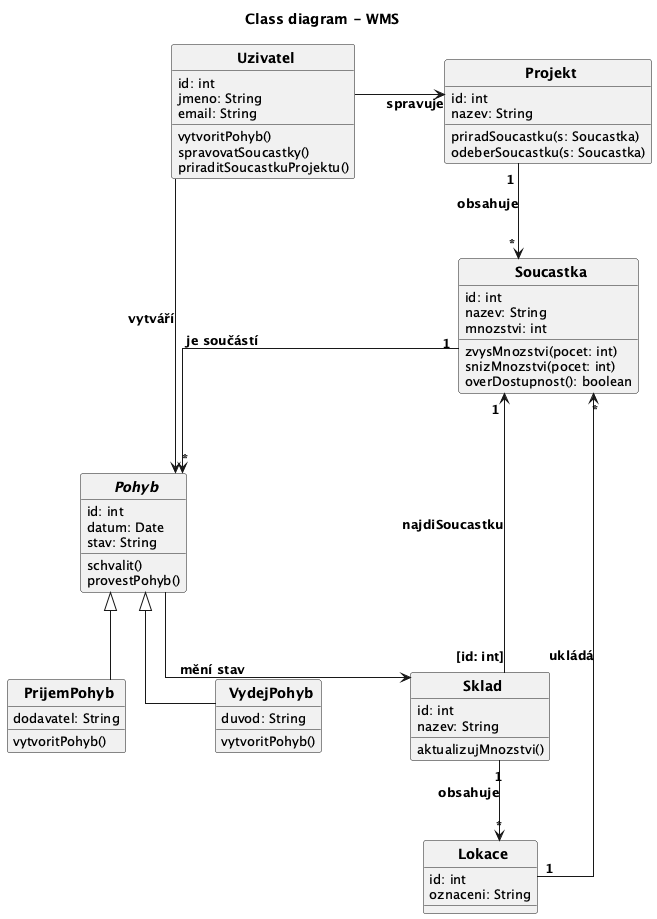
The PlantUML diagram docs/images/02_class_diagram.png in lkvapil/wms-elektronicke-soucastky, before a commit. The source it was exported from:
```plantuml
@startuml
title Class diagram - WMS
top to bottom direction
skinparam CircledCharacterRadius 0
skinparam CircledCharacterFontSize 0
skinparam defaultFontSize 13
skinparam classFontSize 14
skinparam classFontStyle bold
skinparam ArrowFontSize 13
skinparam ArrowFontStyle bold
skinparam linetype ortho
skinparam nodesep 90
skinparam ranksep 80

class Uzivatel {
  id: int
  jmeno: String
  email: String
  vytvoritPohyb()
  spravovatSoucastky()
  priraditSoucastkuProjektu()
}

class Projekt {
  id: int
  nazev: String
  priradSoucastku(s: Soucastka)
  odeberSoucastku(s: Soucastka)
}

class Soucastka {
  id: int
  nazev: String
  mnozstvi: int
  zvysMnozstvi(pocet: int)
  snizMnozstvi(pocet: int)
  overDostupnost(): boolean
}

abstract class Pohyb {
  id: int
  datum: Date
  stav: String
  schvalit()
  provestPohyb()
}

class PrijemPohyb {
  dodavatel: String
  vytvoritPohyb()
}

class VydejPohyb {
  duvod: String
  vytvoritPohyb()
}

class Sklad {
  id: int
  nazev: String
  aktualizujMnozstvi()
}

class Lokace {
  id: int
  oznaceni: String
}

PrijemPohyb --|> Pohyb
VydejPohyb --|> Pohyb

Sklad "[id: int]" --> "1" Soucastka : najdiSoucastku

Projekt "1" --> "*" Soucastka : obsahuje
Soucastka "1" --> "*" Pohyb : je součástí
Sklad "1" --> "*" Lokace : obsahuje
Lokace "1" --> "*" Soucastka : ukládá
Pohyb --> Sklad : mění stav

Uzivatel --> Pohyb : vytváří
Uzivatel --> Projekt : spravuje

Uzivatel -[hidden]right- Projekt
Uzivatel -[hidden]down- Sklad
Sklad -[hidden]down- Lokace
Projekt -[hidden]down- Soucastka
Soucastka -[hidden]down- Pohyb
Pohyb -[hidden]down- PrijemPohyb
PrijemPohyb -[hidden]right- VydejPohyb

@enduml
```
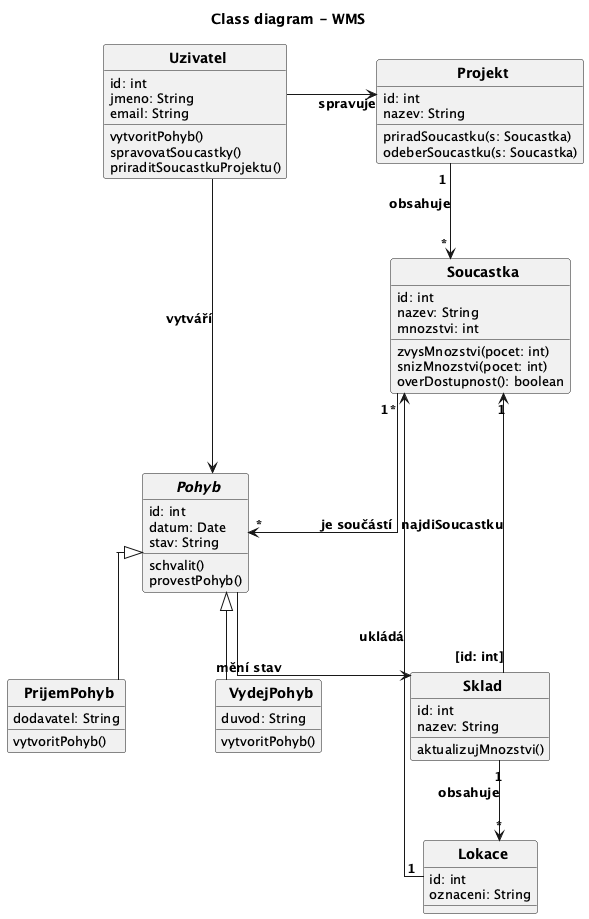
The same diagram one commit later.

Commit message:
style: Pohyb a subclasses presunute do leveho sloupce

The edit, as a diff of the source:
```diff
@@ -81,11 +81,11 @@
 Uzivatel --> Projekt : spravuje
 
 Uzivatel -[hidden]right- Projekt
-Uzivatel -[hidden]down- Sklad
-Sklad -[hidden]down- Lokace
-Projekt -[hidden]down- Soucastka
-Soucastka -[hidden]down- Pohyb
+Uzivatel -[hidden]down- Pohyb
 Pohyb -[hidden]down- PrijemPohyb
 PrijemPohyb -[hidden]right- VydejPohyb
+Projekt -[hidden]down- Soucastka
+Soucastka -[hidden]down- Sklad
+Sklad -[hidden]down- Lokace
 
 @enduml
```
